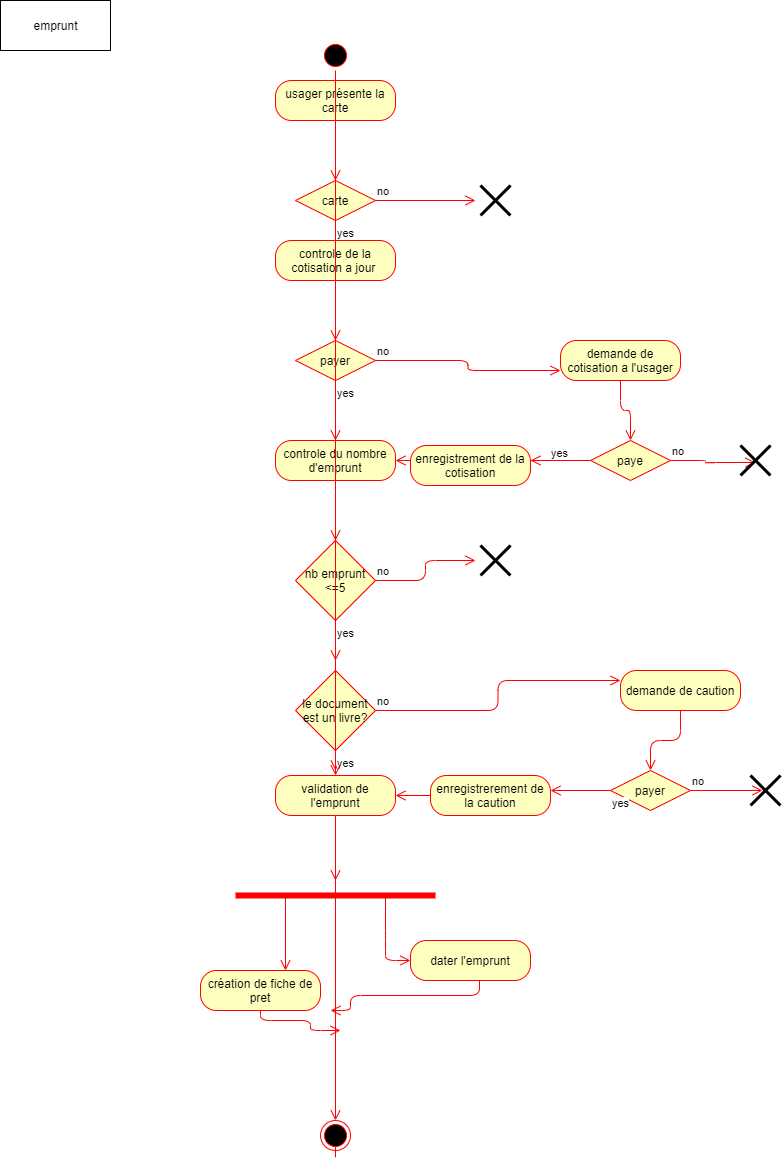
Earlier version of the draw.io export Evaluation mediatheque/diagramme d'activité.png (alnarolekoala/CDA). Source tidied: cells renumbered, new cells last; positions are measured from the earlier drawing's top-left corner, leaving out a move shared by most shapes.
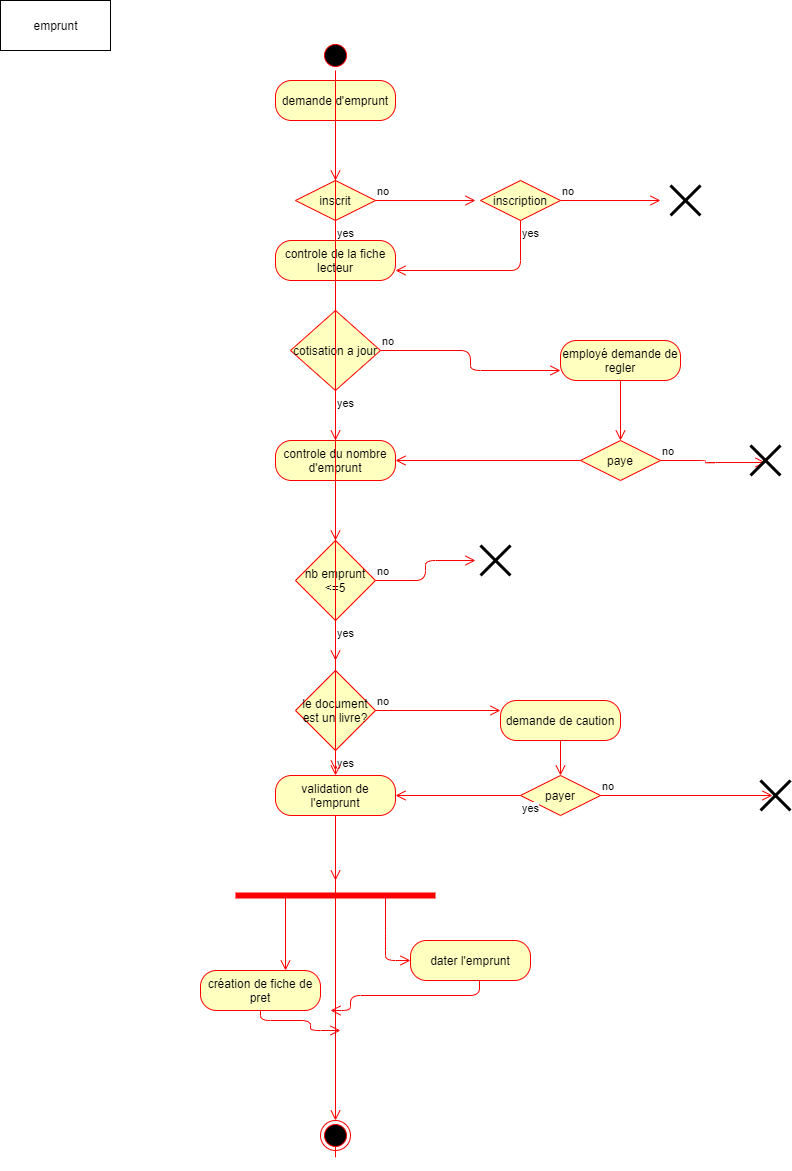
After the change.

Diff of the diagram source:
```diff
@@ -10,7 +10,7 @@
         <mxPoint x="335" y="1140" as="targetPoint" />
       </mxGeometry>
     </mxCell>
-    <mxCell id="4" value="usager présente la carte" style="rounded=1;whiteSpace=wrap;html=1;arcSize=40;fontColor=#000000;fillColor=#ffffc0;strokeColor=#ff0000;" parent="1" vertex="1">
+    <mxCell id="4" value="demande d'emprunt" style="rounded=1;whiteSpace=wrap;html=1;arcSize=40;fontColor=#000000;fillColor=#ffffc0;strokeColor=#ff0000;" parent="1" vertex="1">
       <mxGeometry x="275" y="80" width="120" height="40" as="geometry" />
     </mxCell>
     <mxCell id="5" style="edgeStyle=orthogonalEdgeStyle;html=1;verticalAlign=bottom;endArrow=open;endSize=8;strokeColor=#ff0000;" parent="1" edge="1" source="4">
@@ -18,7 +18,7 @@
         <mxPoint x="335" y="180" as="targetPoint" />
       </mxGeometry>
     </mxCell>
-    <mxCell id="6" value="carte" style="rhombus;whiteSpace=wrap;html=1;fillColor=#ffffc0;strokeColor=#ff0000;" parent="1" vertex="1">
+    <mxCell id="6" value="inscrit" style="rhombus;whiteSpace=wrap;html=1;fillColor=#ffffc0;strokeColor=#ff0000;" parent="1" vertex="1">
       <mxGeometry x="295" y="180" width="80" height="40" as="geometry" />
     </mxCell>
     <mxCell id="7" value="no" style="edgeStyle=orthogonalEdgeStyle;html=1;align=left;verticalAlign=bottom;endArrow=open;endSize=8;strokeColor=#ff0000;" parent="1" edge="1" source="6">
@@ -31,7 +31,7 @@
         <mxPoint x="335" y="280" as="targetPoint" />
       </mxGeometry>
     </mxCell>
-    <mxCell id="9" value="controle de la cotisation a jour&amp;nbsp;" style="rounded=1;whiteSpace=wrap;html=1;arcSize=40;fontColor=#000000;fillColor=#ffffc0;strokeColor=#ff0000;" parent="1" vertex="1">
+    <mxCell id="9" value="controle de la fiche lecteur" style="rounded=1;whiteSpace=wrap;html=1;arcSize=40;fontColor=#000000;fillColor=#ffffc0;strokeColor=#ff0000;" parent="1" vertex="1">
       <mxGeometry x="275" y="240" width="120" height="40" as="geometry" />
     </mxCell>
     <mxCell id="10" style="edgeStyle=orthogonalEdgeStyle;html=1;verticalAlign=bottom;endArrow=open;endSize=8;strokeColor=#ff0000;" parent="1" edge="1" source="9">
@@ -40,10 +40,10 @@
       </mxGeometry>
     </mxCell>
     <mxCell id="11" style="shape=umlDestroy;whiteSpace=wrap;html=1;strokeWidth=3;" parent="1" vertex="1">
-      <mxGeometry x="480" y="185" width="30" height="30" as="geometry" />
+      <mxGeometry x="670" y="185" width="30" height="30" as="geometry" />
     </mxCell>
-    <mxCell id="12" value="payer" style="rhombus;whiteSpace=wrap;html=1;fillColor=#ffffc0;strokeColor=#ff0000;" parent="1" vertex="1">
-      <mxGeometry x="295" y="340" width="80" height="40" as="geometry" />
+    <mxCell id="12" value="cotisation a jour" style="rhombus;whiteSpace=wrap;html=1;fillColor=#ffffc0;strokeColor=#ff0000;" parent="1" vertex="1">
+      <mxGeometry x="290" y="310" width="90" height="80" as="geometry" />
     </mxCell>
     <mxCell id="13" value="no" style="edgeStyle=orthogonalEdgeStyle;html=1;align=left;verticalAlign=bottom;endArrow=open;endSize=8;strokeColor=#ff0000;entryX=0;entryY=0.75;entryDx=0;entryDy=0;" parent="1" edge="1" source="12" target="15">
       <mxGeometry x="-1" relative="1" as="geometry" />
@@ -53,23 +53,20 @@
         <mxPoint x="335" y="440" as="targetPoint" />
       </mxGeometry>
     </mxCell>
-    <mxCell id="15" value="demande de cotisation a l'usager" style="rounded=1;whiteSpace=wrap;html=1;arcSize=40;fontColor=#000000;fillColor=#ffffc0;strokeColor=#ff0000;" parent="1" vertex="1">
+    <mxCell id="15" value="employé demande de regler" style="rounded=1;whiteSpace=wrap;html=1;arcSize=40;fontColor=#000000;fillColor=#ffffc0;strokeColor=#ff0000;" parent="1" vertex="1">
       <mxGeometry x="560" y="340" width="120" height="40" as="geometry" />
     </mxCell>
     <mxCell id="16" style="edgeStyle=orthogonalEdgeStyle;html=1;verticalAlign=bottom;endArrow=open;endSize=8;strokeColor=#ff0000;" parent="1" edge="1" source="15" target="17">
       <mxGeometry relative="1" as="geometry" />
     </mxCell>
     <mxCell id="17" value="paye" style="rhombus;whiteSpace=wrap;html=1;fillColor=#ffffc0;strokeColor=#ff0000;" parent="1" vertex="1">
-      <mxGeometry x="590" y="440" width="80" height="40" as="geometry" />
+      <mxGeometry x="580" y="440" width="80" height="40" as="geometry" />
     </mxCell>
     <mxCell id="18" value="no" style="edgeStyle=orthogonalEdgeStyle;html=1;align=left;verticalAlign=bottom;endArrow=open;endSize=8;strokeColor=#ff0000;entryX=0.5;entryY=0.567;entryDx=0;entryDy=0;entryPerimeter=0;" parent="1" edge="1" source="17" target="20">
       <mxGeometry x="-1" relative="1" as="geometry" />
     </mxCell>
-    <mxCell id="19" value="yes" style="edgeStyle=orthogonalEdgeStyle;html=1;align=left;verticalAlign=top;endArrow=open;endSize=8;strokeColor=#ff0000;entryX=1;entryY=0.5;entryDx=0;entryDy=0;" parent="1" edge="1" source="17" target="21">
-      <mxGeometry x="-0.58" y="-20" relative="1" as="geometry" />
-    </mxCell>
     <mxCell id="20" style="shape=umlDestroy;whiteSpace=wrap;html=1;strokeWidth=3;" parent="1" vertex="1">
-      <mxGeometry x="740" y="445" width="30" height="30" as="geometry" />
+      <mxGeometry x="750" y="445" width="30" height="30" as="geometry" />
     </mxCell>
     <mxCell id="21" value="controle du nombre d'emprunt" style="rounded=1;whiteSpace=wrap;html=1;arcSize=40;fontColor=#000000;fillColor=#ffffc0;strokeColor=#ff0000;" parent="1" vertex="1">
       <mxGeometry x="275" y="440" width="120" height="40" as="geometry" />
@@ -107,24 +104,22 @@
       </mxGeometry>
     </mxCell>
     <mxCell id="30" value="demande de caution" style="rounded=1;whiteSpace=wrap;html=1;arcSize=40;fontColor=#000000;fillColor=#ffffc0;strokeColor=#ff0000;" parent="1" vertex="1">
-      <mxGeometry x="620" y="670" width="120" height="40" as="geometry" />
+      <mxGeometry x="500" y="700" width="120" height="40" as="geometry" />
     </mxCell>
     <mxCell id="31" style="edgeStyle=orthogonalEdgeStyle;html=1;verticalAlign=bottom;endArrow=open;endSize=8;strokeColor=#ff0000;entryX=0.5;entryY=0;entryDx=0;entryDy=0;" parent="1" edge="1" source="30" target="32">
       <mxGeometry relative="1" as="geometry" />
     </mxCell>
     <mxCell id="32" value="payer" style="rhombus;whiteSpace=wrap;html=1;fillColor=#ffffc0;strokeColor=#ff0000;" parent="1" vertex="1">
-      <mxGeometry x="610" y="770" width="80" height="40" as="geometry" />
+      <mxGeometry x="520" y="775" width="80" height="40" as="geometry" />
     </mxCell>
     <mxCell id="33" value="no" style="edgeStyle=orthogonalEdgeStyle;html=1;align=left;verticalAlign=bottom;endArrow=open;endSize=8;strokeColor=#ff0000;entryX=0.4;entryY=0.5;entryDx=0;entryDy=0;entryPerimeter=0;" parent="1" edge="1" source="32" target="35">
       <mxGeometry x="-1" relative="1" as="geometry" />
     </mxCell>
-    <mxCell id="34" value="yes" style="edgeStyle=orthogonalEdgeStyle;html=1;align=left;verticalAlign=top;endArrow=open;endSize=8;strokeColor=#ff0000;" parent="1" edge="1" source="32">
-      <mxGeometry x="-1" relative="1" as="geometry">
-        <mxPoint x="550" y="790" as="targetPoint" />
-      </mxGeometry>
+    <mxCell id="34" value="yes" style="edgeStyle=orthogonalEdgeStyle;html=1;align=left;verticalAlign=top;endArrow=open;endSize=8;strokeColor=#ff0000;entryX=1;entryY=0.5;entryDx=0;entryDy=0;" parent="1" edge="1" source="32" target="37">
+      <mxGeometry x="-1" relative="1" as="geometry" />
     </mxCell>
     <mxCell id="35" style="shape=umlDestroy;whiteSpace=wrap;html=1;strokeWidth=3;" parent="1" vertex="1">
-      <mxGeometry x="750" y="775" width="30" height="30" as="geometry" />
+      <mxGeometry x="760" y="780" width="30" height="30" as="geometry" />
     </mxCell>
     <mxCell id="36" style="edgeStyle=orthogonalEdgeStyle;html=1;verticalAlign=bottom;endArrow=open;endSize=8;strokeColor=#ff0000;" parent="1" edge="1" source="37">
       <mxGeometry relative="1" as="geometry">
@@ -186,22 +181,22 @@
     <mxCell id="47" style="edgeStyle=orthogonalEdgeStyle;html=1;verticalAlign=bottom;endArrow=open;endSize=8;strokeColor=#ff0000;" parent="1" edge="1" source="37" target="46">
       <mxGeometry relative="1" as="geometry" />
     </mxCell>
-    <mxCell id="48" value="enregistrement de la cotisation" style="rounded=1;whiteSpace=wrap;html=1;arcSize=40;fontColor=#000000;fillColor=#ffffc0;strokeColor=#ff0000;" parent="1" vertex="1">
-      <mxGeometry x="410" y="445" width="120" height="40" as="geometry" />
-    </mxCell>
-    <mxCell id="49" style="edgeStyle=orthogonalEdgeStyle;html=1;verticalAlign=bottom;endArrow=open;endSize=8;strokeColor=#ff0000;exitX=0;exitY=0.5;exitDx=0;exitDy=0;" parent="1" edge="1" source="17">
-      <mxGeometry relative="1" as="geometry">
-        <mxPoint x="530" y="460" as="targetPoint" />
-      </mxGeometry>
+    <mxCell id="49" style="edgeStyle=orthogonalEdgeStyle;html=1;verticalAlign=bottom;endArrow=open;endSize=8;strokeColor=#ff0000;exitX=0;exitY=0.5;exitDx=0;exitDy=0;entryX=1;entryY=0.5;entryDx=0;entryDy=0;" parent="1" edge="1" source="17" target="21">
+      <mxGeometry relative="1" as="geometry" />
     </mxCell>
-    <mxCell id="50" value="enregistrerement de la caution" style="rounded=1;whiteSpace=wrap;html=1;arcSize=40;fontColor=#000000;fillColor=#ffffc0;strokeColor=#ff0000;" parent="1" vertex="1">
-      <mxGeometry x="430" y="775" width="120" height="40" as="geometry" />
-    </mxCell>
-    <mxCell id="51" style="edgeStyle=orthogonalEdgeStyle;html=1;verticalAlign=bottom;endArrow=open;endSize=8;strokeColor=#ff0000;entryX=1;entryY=0.5;entryDx=0;entryDy=0;" parent="1" edge="1" source="50" target="37">
-      <mxGeometry relative="1" as="geometry" />
-    </mxCell>
     <mxCell id="52" value="emprunt" style="html=1;" parent="1" vertex="1">
       <mxGeometry width="110" height="50" as="geometry" />
     </mxCell>
+    <mxCell id="53" value="inscription" style="rhombus;whiteSpace=wrap;html=1;fillColor=#ffffc0;strokeColor=#ff0000;" parent="1" vertex="1">
+      <mxGeometry x="480" y="180" width="80" height="40" as="geometry" />
+    </mxCell>
+    <mxCell id="54" value="no" style="edgeStyle=orthogonalEdgeStyle;html=1;align=left;verticalAlign=bottom;endArrow=open;endSize=8;strokeColor=#ff0000;" parent="1" edge="1" source="53">
+      <mxGeometry x="-1" relative="1" as="geometry">
+        <mxPoint x="660" y="200" as="targetPoint" />
+      </mxGeometry>
+    </mxCell>
+    <mxCell id="19" value="yes" style="edgeStyle=orthogonalEdgeStyle;html=1;align=left;verticalAlign=top;endArrow=open;endSize=8;strokeColor=#ff0000;entryX=1;entryY=0.75;entryDx=0;entryDy=0;exitX=0.5;exitY=1;exitDx=0;exitDy=0;" parent="1" edge="1" source="53" target="9">
+      <mxGeometry x="-1" relative="1" as="geometry" />
+    </mxCell>
   </root>
 </mxGraphModel>
```
